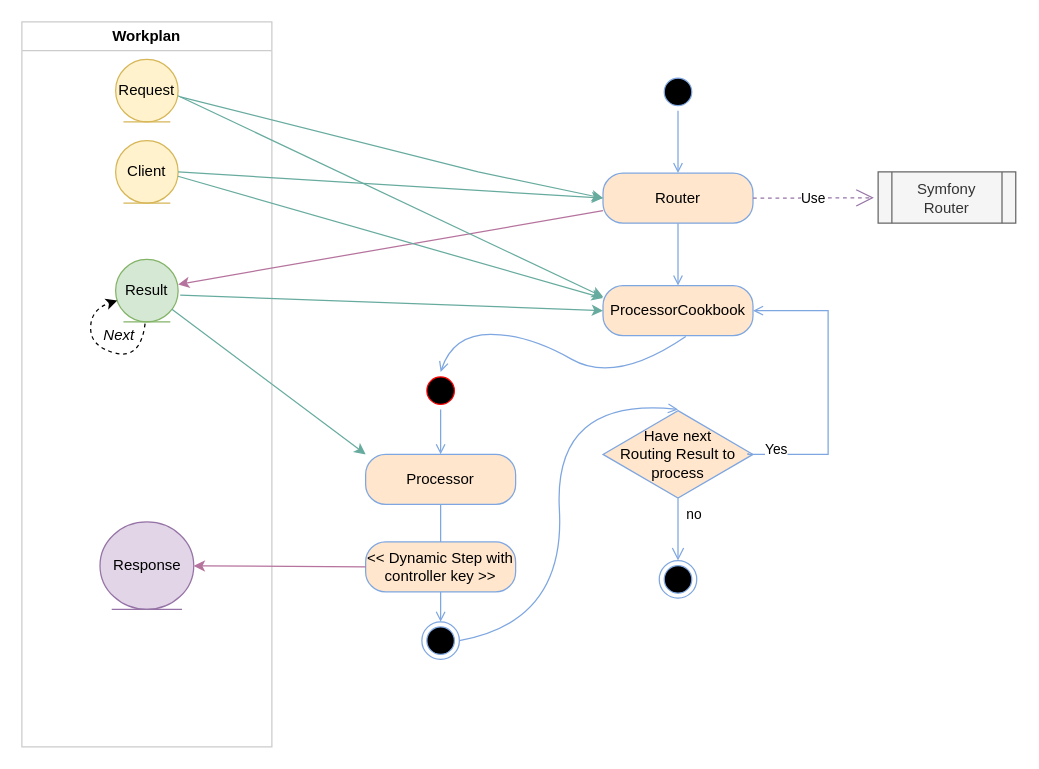
TeknooSoftware/east-foundation keeps this draw.io diagram as documentation/recipe.drawio. Above is the earlier version. Source tidied: cells renumbered, new cells numbered last; positions are measured from the earlier drawing's top-left corner, leaving out a move shared by most shapes. Both pictures are drawn from the tidied source at 125%, with x=0, y=0 at pixel (21, 21).
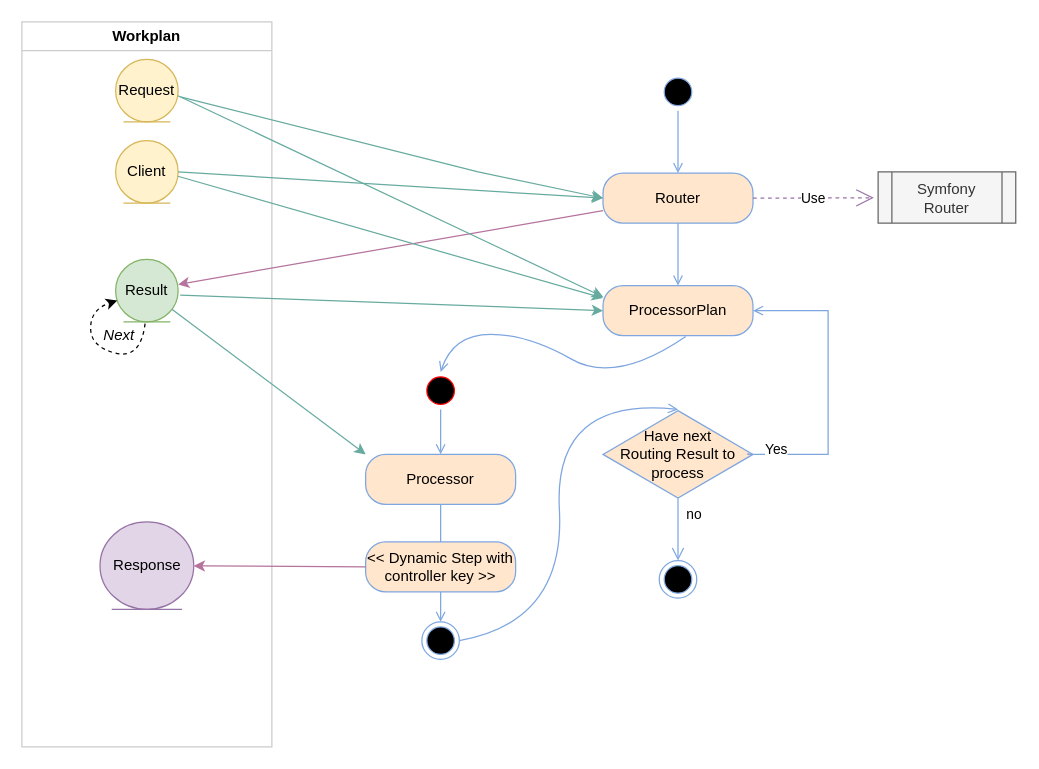
After the change.

Change to the diagram source:
```diff
@@
-    <mxCell id="6" value="ProcessorCookbook" style="rounded=1;whiteSpace=wrap;html=1;arcSize=40;fillColor=#ffe6cc;strokeColor=#7EA6E0;" parent="1" vertex="1">
+    <mxCell id="6" value="ProcessorPlan" style="rounded=1;whiteSpace=wrap;html=1;arcSize=40;fillColor=#ffe6cc;strokeColor=#7EA6E0;" parent="1" vertex="1">
       <mxGeometry x="464.9" y="211" width="120" height="40" as="geometry" />
     </mxCell>
```
